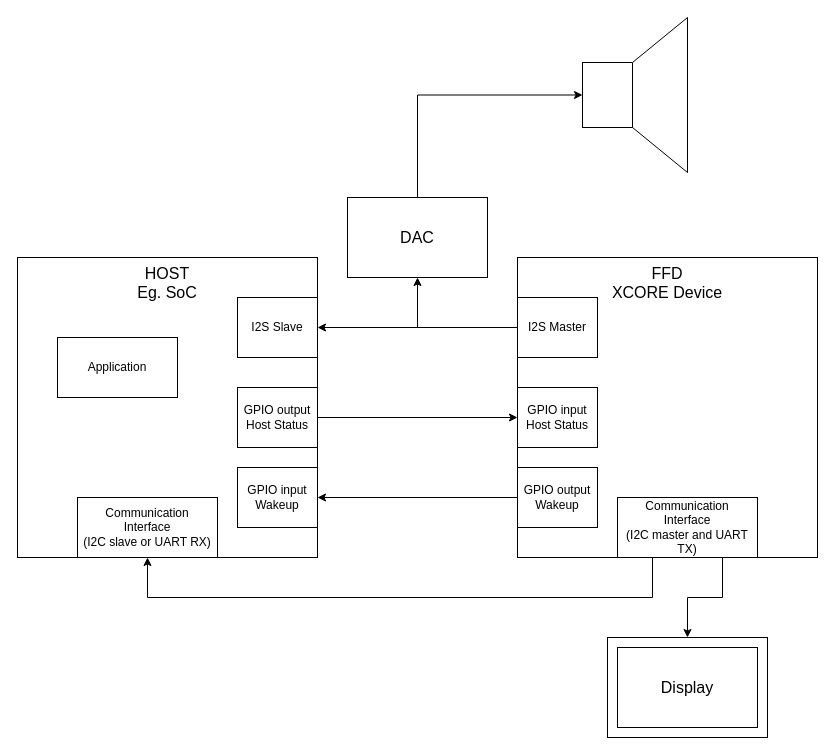
Before: doc/programming_guide/ffd/diagrams/ffd_host_integration_diagram.drawio in xmos/sln_voice, a draw.io diagram. Source tidied: cells renumbered, new cells numbered last; positions are measured from the earlier drawing's top-left corner, leaving out a move shared by most shapes. Both pictures are drawn from the tidied source at 100%, with x=0, y=0 at pixel (17, 62).
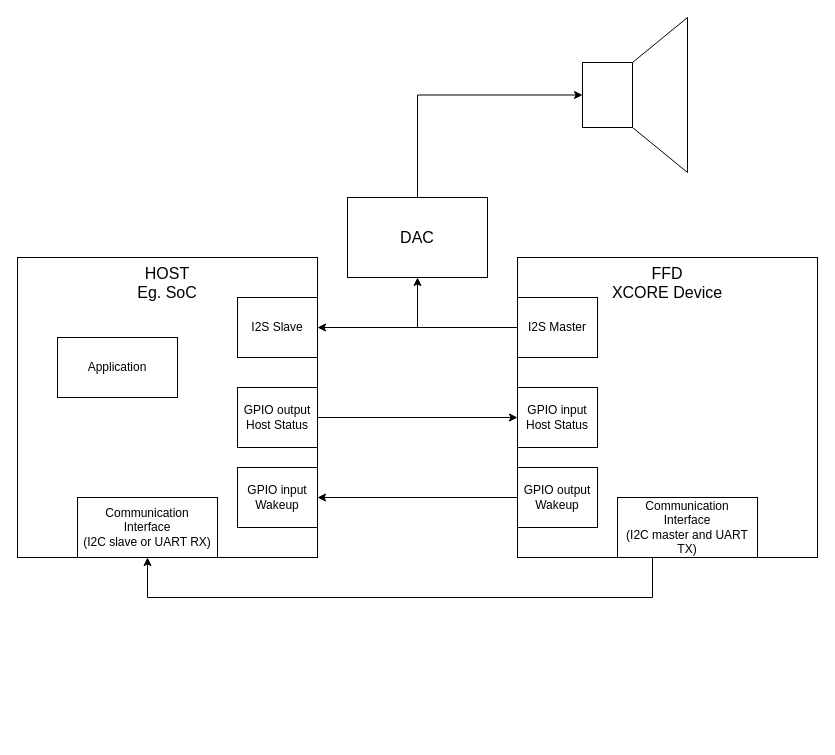
After the change.

Unchanged cells that the change refers to:
```xml
<mxCell id="23" value="Communication &lt;br&gt;Interface&lt;br&gt;(I2C master and UART TX)" style="rounded=0;whiteSpace=wrap;html=1;" parent="1" vertex="1">
  <mxGeometry x="600" y="435" width="140" height="60" as="geometry" />
</mxCell>
```

Change to the diagram source:
```diff
@@
-    <mxCell id="2" style="rounded=0;whiteSpace=wrap;html=1;fontSize=16;" parent="1" vertex="1">
-      <mxGeometry x="590" y="575" width="160" height="100" as="geometry" />
-    </mxCell>
@@
-    <mxCell id="22" style="edgeStyle=orthogonalEdgeStyle;rounded=0;jettySize=auto;html=1;exitX=0.75;exitY=1;exitDx=0;exitDy=0;fontSize=16;" parent="1" edge="1" source="23" target="2">
-      <mxGeometry relative="1" as="geometry" />
-    </mxCell>
@@
-    <mxCell id="24" value="Display" style="rounded=0;whiteSpace=wrap;html=1;fontSize=16;" parent="1" vertex="1">
-      <mxGeometry x="600" y="585" width="140" height="80" as="geometry" />
-    </mxCell>
```
